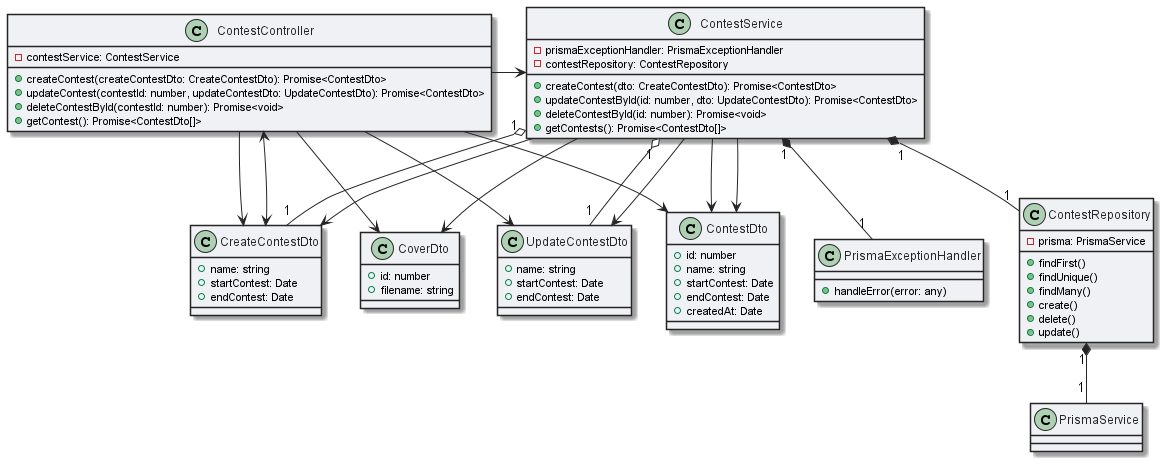
The PlantUML diagram out/docs/diagrams/wsd/contest/contest_module.png in drDeepl/data-mining-lab-api-nest, before a commit.
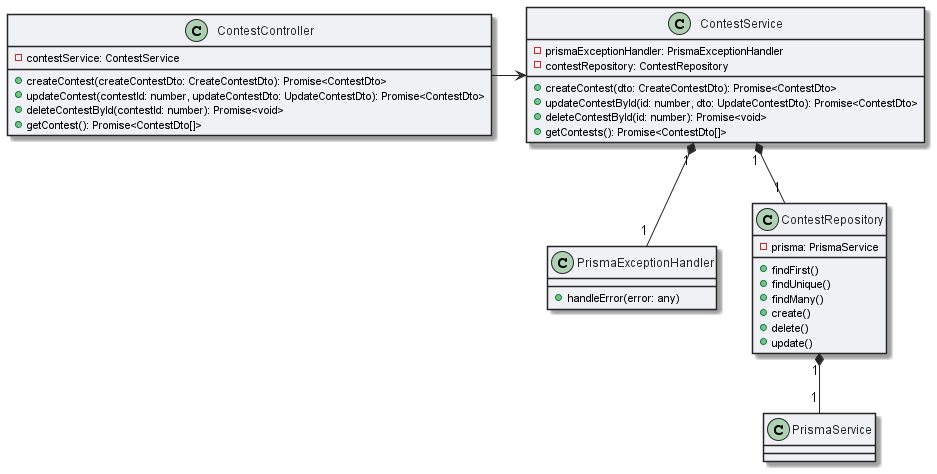
After the change.

Diff of the diagram source:
```diff
@@ -5,30 +5,6 @@
 skinparam ClassBorderColor #252525
 skinparam ClassFontColor #252525
 
-
-class CreateContestDto {
-  + name: string
-  + startContest: Date
-  + endContest: Date
-}
-class UpdateContestDto {
-  + name: string
-  + startContest: Date
-  + endContest: Date
-}
-
-class ContestDto {
-  + id: number
-  + name: string
-  + startContest: Date
-  + endContest: Date
-  + createdAt: Date
-}
-
-class CoverDto{
-    + id: number
-    + filename: string
-}
 
 
 class PrismaExceptionHandler {
@@ -66,20 +42,8 @@
 
 
 ContestController -> ContestService
-ContestController --> CreateContestDto
-ContestController --> UpdateContestDto
-ContestController --> ContestDto
-ContestController --> CoverDto
-CreateContestDto <--> ContestController
 ContestService "1" *-- "1" ContestRepository
 ContestService "1" *-- "1" PrismaExceptionHandler
-ContestService "1" o-- "1" CreateContestDto
-ContestService "1" o-- "1" UpdateContestDto
-ContestService --> ContestDto
-ContestService --> CreateContestDto
-ContestService --> UpdateContestDto
-ContestService --> ContestDto
-ContestService --> CoverDto
 ContestRepository "1" *-- "1" PrismaService
 
 
```
